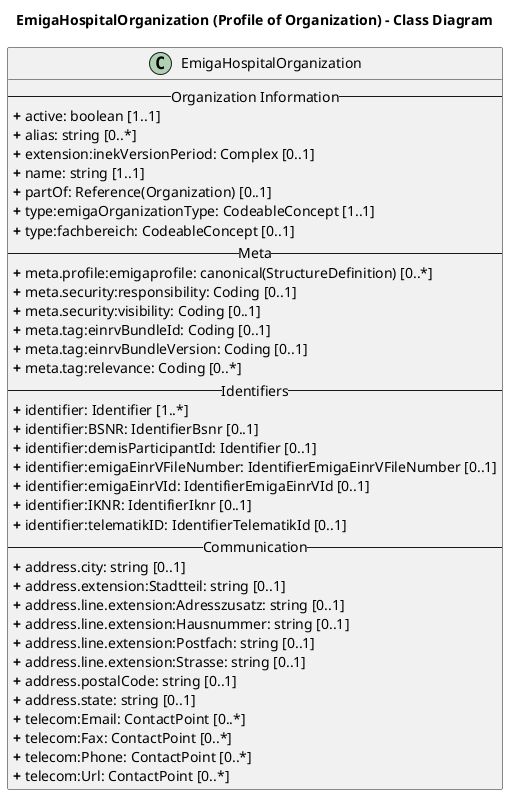
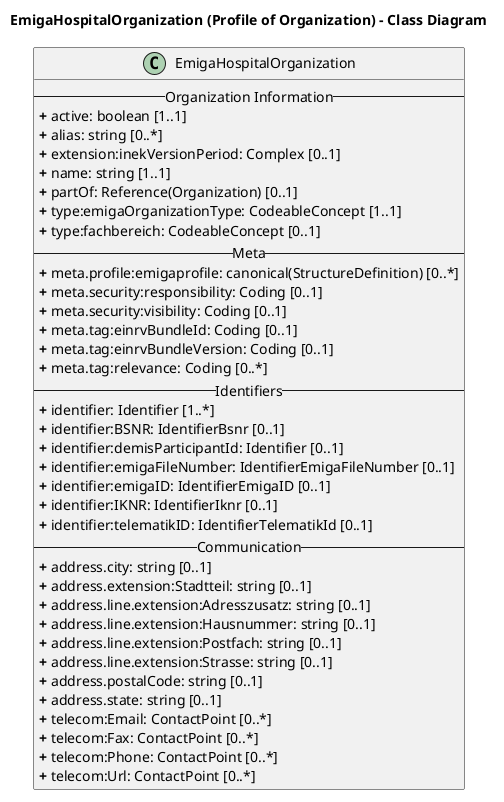
@startuml
skinparam linetype ortho

title EmigaHospitalOrganization (Profile of Organization) - Class Diagram

' Main Class
class EmigaHospitalOrganization{
-- Organization Information --
<b>+</b> active: boolean [1..1]
<b>+</b> alias: string [0..*]
<b>+</b> extension:inekVersionPeriod: Complex [0..1]
<b>+</b> name: string [1..1]
<b>+</b> partOf: Reference(Organization) [0..1]
<b>+</b> type:emigaOrganizationType: CodeableConcept [1..1]
<b>+</b> type:fachbereich: CodeableConcept [0..1]
-- Meta --
<b>+</b> meta.profile:emigaprofile: canonical(StructureDefinition) [0..*]
<b>+</b> meta.security:responsibility: Coding [0..1]
<b>+</b> meta.security:visibility: Coding [0..1]
<b>+</b> meta.tag:einrvBundleId: Coding [0..1]
<b>+</b> meta.tag:einrvBundleVersion: Coding [0..1]
<b>+</b> meta.tag:relevance: Coding [0..*]
-- Identifiers --
<b>+</b> identifier: Identifier [1..*]
<b>+</b> identifier:BSNR: IdentifierBsnr [0..1]
<b>+</b> identifier:demisParticipantId: Identifier [0..1]
- <b>+</b> identifier:emigaEinrVFileNumber: IdentifierEmigaEinrVFileNumber [0..1]
- <b>+</b> identifier:emigaEinrVId: IdentifierEmigaEinrVId [0..1]
+ <b>+</b> identifier:emigaFileNumber: IdentifierEmigaFileNumber [0..1]
+ <b>+</b> identifier:emigaID: IdentifierEmigaID [0..1]
<b>+</b> identifier:IKNR: IdentifierIknr [0..1]
<b>+</b> identifier:telematikID: IdentifierTelematikId [0..1]
-- Communication --
<b>+</b> address.city: string [0..1]
<b>+</b> address.extension:Stadtteil: string [0..1]
<b>+</b> address.line.extension:Adresszusatz: string [0..1]
<b>+</b> address.line.extension:Hausnummer: string [0..1]
<b>+</b> address.line.extension:Postfach: string [0..1]
<b>+</b> address.line.extension:Strasse: string [0..1]
<b>+</b> address.postalCode: string [0..1]
<b>+</b> address.state: string [0..1]
<b>+</b> telecom:Email: ContactPoint [0..*]
<b>+</b> telecom:Fax: ContactPoint [0..*]
<b>+</b> telecom:Phone: ContactPoint [0..*]
<b>+</b> telecom:Url: ContactPoint [0..*]
}

@enduml